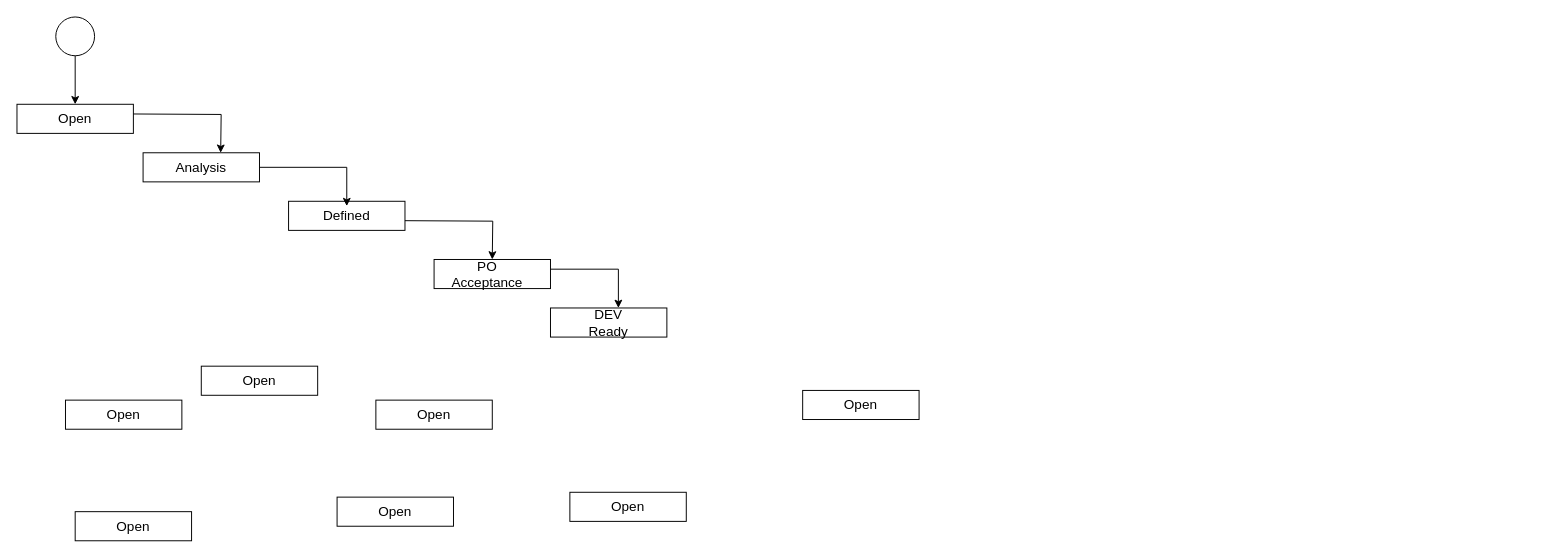
Before: page "Workflow - User Story" (2 of 2) of Untitled Diagram.drawio in j-croix/Python_basics, a draw.io diagram. Source tidied: cells renumbered, new cells numbered last; positions are measured from the earlier drawing's top-left corner, leaving out a move shared by most shapes. Both pictures are drawn from the tidied source at 97%, with x=0, y=0 at pixel (16, 16).
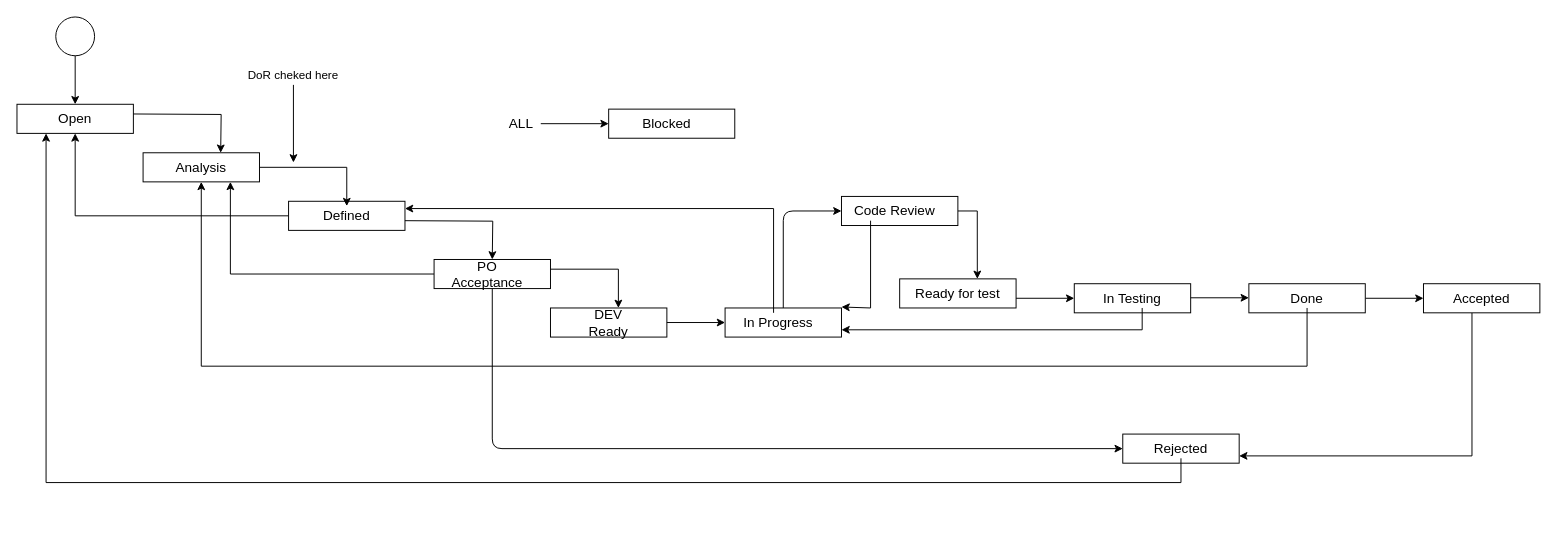
The same diagram, later.

Unchanged cells that the change refers to:
```xml
<mxCell id="2" style="rounded=0;whiteSpace=wrap;html=1;" parent="1" vertex="1">
  <mxGeometry x="280" y="190" width="120" height="30" as="geometry" />
</mxCell>
<mxCell id="5" style="rounded=0;whiteSpace=wrap;html=1;" parent="1" vertex="1">
  <mxGeometry x="130" y="140" width="120" height="30" as="geometry" />
</mxCell>
<mxCell id="7" style="rounded=0;whiteSpace=wrap;html=1;" parent="1" vertex="1">
  <mxGeometry y="90" width="120" height="30" as="geometry" />
</mxCell>
<mxCell id="13" style="rounded=0;whiteSpace=wrap;html=1;" parent="1" vertex="1">
  <mxGeometry x="550" y="300" width="120" height="30" as="geometry" />
</mxCell>
<mxCell id="17" style="rounded=0;whiteSpace=wrap;html=1;" parent="1" vertex="1">
  <mxGeometry x="430" y="250" width="120" height="30" as="geometry" />
</mxCell>
```

What changed in the source:
```diff
@@
+    <mxCell id="32" style="edgeStyle=orthogonalEdgeStyle;rounded=0;jettySize=auto;html=1;entryX=0.5;entryY=1;entryDx=0;entryDy=0;" parent="1" edge="1" source="2" target="7">
+      <mxGeometry relative="1" as="geometry" />
+    </mxCell>
@@
+    <mxCell id="33" style="edgeStyle=orthogonalEdgeStyle;rounded=0;jettySize=auto;html=1;entryX=0;entryY=0.5;entryDx=0;entryDy=0;" parent="1" edge="1" source="9" target="11">
+      <mxGeometry relative="1" as="geometry" />
+    </mxCell>
     <mxCell id="9" style="rounded=0;whiteSpace=wrap;html=1;" parent="1" vertex="1">
-      <mxGeometry x="190" y="360" width="120" height="30" as="geometry" />
+      <mxGeometry x="1270" y="275" width="120" height="30" as="geometry" />
     </mxCell>
+    <mxCell id="34" style="edgeStyle=orthogonalEdgeStyle;rounded=0;jettySize=auto;html=1;" parent="1" edge="1" source="10" target="5">
+      <mxGeometry relative="1" as="geometry">
+        <Array as="points">
+          <mxPoint x="1330" y="360" />
+          <mxPoint x="190" y="360" />
+        </Array>
+      </mxGeometry>
+    </mxCell>
-    <mxCell id="10" value="&lt;font style=&quot;font-size: 14px&quot;&gt;Open&lt;/font&gt;" style="text;html=1;strokeColor=none;fillColor=none;align=center;verticalAlign=middle;whiteSpace=wrap;rounded=0;" parent="1" vertex="1">
-      <mxGeometry x="230" y="365" width="40" height="20" as="geometry" />
+    <mxCell id="10" value="&lt;font style=&quot;font-size: 14px&quot;&gt;Done&lt;/font&gt;" style="text;html=1;strokeColor=none;fillColor=none;align=center;verticalAlign=middle;whiteSpace=wrap;rounded=0;" parent="1" vertex="1">
+      <mxGeometry x="1310" y="280" width="40" height="20" as="geometry" />
     </mxCell>
+    <mxCell id="35" style="edgeStyle=orthogonalEdgeStyle;rounded=0;jettySize=auto;html=1;entryX=1;entryY=0.75;entryDx=0;entryDy=0;" parent="1" edge="1" source="11" target="15">
+      <mxGeometry relative="1" as="geometry">
+        <Array as="points">
+          <mxPoint x="1500" y="453" />
+        </Array>
+      </mxGeometry>
+    </mxCell>
     <mxCell id="11" style="rounded=0;whiteSpace=wrap;html=1;" parent="1" vertex="1">
-      <mxGeometry x="50" y="395" width="120" height="30" as="geometry" />
+      <mxGeometry x="1450" y="275" width="120" height="30" as="geometry" />
     </mxCell>
-    <mxCell id="12" value="&lt;font style=&quot;font-size: 14px&quot;&gt;Open&lt;/font&gt;" style="text;html=1;strokeColor=none;fillColor=none;align=center;verticalAlign=middle;whiteSpace=wrap;rounded=0;" parent="1" vertex="1">
-      <mxGeometry x="90" y="400" width="40" height="20" as="geometry" />
+    <mxCell id="12" value="&lt;font style=&quot;font-size: 14px&quot;&gt;Accepted&lt;/font&gt;" style="text;html=1;strokeColor=none;fillColor=none;align=center;verticalAlign=middle;whiteSpace=wrap;rounded=0;" parent="1" vertex="1">
+      <mxGeometry x="1490" y="280" width="40" height="20" as="geometry" />
     </mxCell>
@@
     <mxCell id="15" style="rounded=0;whiteSpace=wrap;html=1;" parent="1" vertex="1">
-      <mxGeometry x="60" y="510" width="120" height="30" as="geometry" />
+      <mxGeometry x="1140" y="430" width="120" height="30" as="geometry" />
     </mxCell>
+    <mxCell id="36" style="edgeStyle=orthogonalEdgeStyle;rounded=0;jettySize=auto;html=1;entryX=0.25;entryY=1;entryDx=0;entryDy=0;" parent="1" edge="1" source="16" target="7">
+      <mxGeometry relative="1" as="geometry">
+        <Array as="points">
+          <mxPoint x="1200" y="480" />
+          <mxPoint x="30" y="480" />
+        </Array>
+      </mxGeometry>
+    </mxCell>
-    <mxCell id="16" value="&lt;font style=&quot;font-size: 14px&quot;&gt;Open&lt;/font&gt;" style="text;html=1;strokeColor=none;fillColor=none;align=center;verticalAlign=middle;whiteSpace=wrap;rounded=0;" parent="1" vertex="1">
-      <mxGeometry x="100" y="515" width="40" height="20" as="geometry" />
+    <mxCell id="16" value="&lt;font style=&quot;font-size: 14px&quot;&gt;Rejected&lt;/font&gt;" style="text;html=1;strokeColor=none;fillColor=none;align=center;verticalAlign=middle;whiteSpace=wrap;rounded=0;" parent="1" vertex="1">
+      <mxGeometry x="1180" y="435" width="40" height="20" as="geometry" />
     </mxCell>
+    <mxCell id="37" style="edgeStyle=orthogonalEdgeStyle;rounded=0;jettySize=auto;html=1;entryX=0.75;entryY=1;entryDx=0;entryDy=0;" parent="1" edge="1" source="17" target="5">
+      <mxGeometry relative="1" as="geometry" />
+    </mxCell>
@@
     <mxCell id="19" style="rounded=0;whiteSpace=wrap;html=1;" parent="1" vertex="1">
-      <mxGeometry x="330" y="495" width="120" height="30" as="geometry" />
+      <mxGeometry x="1090" y="275" width="120" height="30" as="geometry" />
     </mxCell>
+    <mxCell id="38" style="edgeStyle=orthogonalEdgeStyle;rounded=0;jettySize=auto;html=1;entryX=1;entryY=0.75;entryDx=0;entryDy=0;" parent="1" edge="1" source="20" target="25">
+      <mxGeometry relative="1" as="geometry">
+        <Array as="points">
+          <mxPoint x="1160" y="323" />
+        </Array>
+      </mxGeometry>
+    </mxCell>
-    <mxCell id="20" value="&lt;font style=&quot;font-size: 14px&quot;&gt;Open&lt;/font&gt;" style="text;html=1;strokeColor=none;fillColor=none;align=center;verticalAlign=middle;whiteSpace=wrap;rounded=0;" parent="1" vertex="1">
-      <mxGeometry x="370" y="500" width="40" height="20" as="geometry" />
+    <mxCell id="20" value="&lt;font style=&quot;font-size: 14px&quot;&gt;In Testing&lt;/font&gt;" style="text;html=1;strokeColor=none;fillColor=none;align=center;verticalAlign=middle;whiteSpace=wrap;rounded=0;" parent="1" vertex="1">
+      <mxGeometry x="1110" y="280" width="80" height="20" as="geometry" />
     </mxCell>
     <mxCell id="21" style="rounded=0;whiteSpace=wrap;html=1;" parent="1" vertex="1">
-      <mxGeometry x="370" y="395" width="120" height="30" as="geometry" />
+      <mxGeometry x="910" y="270" width="120" height="30" as="geometry" />
     </mxCell>
-    <mxCell id="22" value="&lt;font style=&quot;font-size: 14px&quot;&gt;Open&lt;/font&gt;" style="text;html=1;strokeColor=none;fillColor=none;align=center;verticalAlign=middle;whiteSpace=wrap;rounded=0;" parent="1" vertex="1">
-      <mxGeometry x="410" y="400" width="40" height="20" as="geometry" />
+    <mxCell id="22" value="&lt;font style=&quot;font-size: 14px&quot;&gt;Ready for test&lt;/font&gt;" style="text;html=1;strokeColor=none;fillColor=none;align=center;verticalAlign=middle;whiteSpace=wrap;rounded=0;" parent="1" vertex="1">
+      <mxGeometry x="920" y="275" width="100" height="20" as="geometry" />
     </mxCell>
+    <mxCell id="39" style="edgeStyle=orthogonalEdgeStyle;rounded=0;jettySize=auto;html=1;entryX=0.667;entryY=0;entryDx=0;entryDy=0;entryPerimeter=0;" parent="1" edge="1" source="23" target="21">
+      <mxGeometry relative="1" as="geometry">
+        <Array as="points">
+          <mxPoint x="990" y="200" />
+        </Array>
+      </mxGeometry>
+    </mxCell>
     <mxCell id="23" style="rounded=0;whiteSpace=wrap;html=1;" parent="1" vertex="1">
-      <mxGeometry x="570" y="490" width="120" height="30" as="geometry" />
+      <mxGeometry x="850" y="185" width="120" height="30" as="geometry" />
     </mxCell>
+    <mxCell id="40" style="edgeStyle=orthogonalEdgeStyle;rounded=0;jettySize=auto;html=1;" parent="1" edge="1" source="24">
+      <mxGeometry relative="1" as="geometry">
+        <mxPoint x="850" y="299" as="targetPoint" />
+        <Array as="points">
+          <mxPoint x="880" y="300" />
+        </Array>
+      </mxGeometry>
+    </mxCell>
-    <mxCell id="24" value="&lt;font style=&quot;font-size: 14px&quot;&gt;Open&lt;/font&gt;" style="text;html=1;strokeColor=none;fillColor=none;align=center;verticalAlign=middle;whiteSpace=wrap;rounded=0;" parent="1" vertex="1">
-      <mxGeometry x="610" y="495" width="40" height="20" as="geometry" />
+    <mxCell id="24" value="&lt;font style=&quot;font-size: 14px&quot;&gt;Code Review&lt;/font&gt;" style="text;html=1;strokeColor=none;fillColor=none;align=center;verticalAlign=middle;whiteSpace=wrap;rounded=0;" parent="1" vertex="1">
+      <mxGeometry x="860" y="190" width="90" height="20" as="geometry" />
     </mxCell>
     <mxCell id="25" style="rounded=0;whiteSpace=wrap;html=1;" parent="1" vertex="1">
-      <mxGeometry x="810" y="385" width="120" height="30" as="geometry" />
+      <mxGeometry x="730" y="300" width="120" height="30" as="geometry" />
     </mxCell>
+    <mxCell id="41" style="edgeStyle=orthogonalEdgeStyle;rounded=0;jettySize=auto;html=1;entryX=1;entryY=0.25;entryDx=0;entryDy=0;" parent="1" edge="1" source="26" target="2">
+      <mxGeometry relative="1" as="geometry">
+        <Array as="points">
+          <mxPoint x="780" y="198" />
+        </Array>
+      </mxGeometry>
+    </mxCell>
-    <mxCell id="26" value="&lt;font style=&quot;font-size: 14px&quot;&gt;Open&lt;/font&gt;" style="text;html=1;strokeColor=none;fillColor=none;align=center;verticalAlign=middle;whiteSpace=wrap;rounded=0;" parent="1" vertex="1">
-      <mxGeometry x="850" y="390" width="40" height="20" as="geometry" />
+    <mxCell id="26" value="&lt;font style=&quot;font-size: 14px&quot;&gt;In Progress&lt;/font&gt;" style="text;html=1;strokeColor=none;fillColor=none;align=center;verticalAlign=middle;whiteSpace=wrap;rounded=0;" parent="1" vertex="1">
+      <mxGeometry x="740" y="305" width="90" height="20" as="geometry" />
     </mxCell>
@@
+    <mxCell id="42" style="endArrow=classic;html=1;entryX=0;entryY=0.5;entryDx=0;entryDy=0;exitX=1;exitY=0.5;exitDx=0;exitDy=0;exitPerimeter=0;" parent="1" edge="1" source="13" target="25">
+      <mxGeometry relative="1" as="geometry" />
+    </mxCell>
+    <mxCell id="43" style="endArrow=classic;html=1;exitX=0.5;exitY=0;exitDx=0;exitDy=0;" parent="1" edge="1" source="25">
+      <mxGeometry relative="1" as="geometry">
+        <mxPoint x="850" y="200" as="targetPoint" />
+        <Array as="points">
+          <mxPoint x="790" y="200" />
+        </Array>
+      </mxGeometry>
+    </mxCell>
+    <mxCell id="44" style="endArrow=classic;html=1;entryX=0;entryY=0.5;entryDx=0;entryDy=0;" parent="1" edge="1" target="19">
+      <mxGeometry relative="1" as="geometry">
+        <mxPoint x="1030" y="290" as="sourcePoint" />
+      </mxGeometry>
+    </mxCell>
+    <mxCell id="45" style="endArrow=classic;html=1;entryX=0;entryY=0.5;entryDx=0;entryDy=0;" parent="1" edge="1">
+      <mxGeometry relative="1" as="geometry">
+        <mxPoint x="1210" y="289.5" as="sourcePoint" />
+        <mxPoint x="1270" y="289.5" as="targetPoint" />
+      </mxGeometry>
+    </mxCell>
+    <mxCell id="46" style="endArrow=classic;html=1;exitX=0.5;exitY=1;exitDx=0;exitDy=0;entryX=0;entryY=0.5;entryDx=0;entryDy=0;" parent="1" edge="1" source="17" target="15">
+      <mxGeometry relative="1" as="geometry">
+        <Array as="points">
+          <mxPoint x="490" y="445" />
+        </Array>
+      </mxGeometry>
+    </mxCell>
+    <mxCell id="47" value="DoR cheked here" style="text;html=1;strokeColor=none;fillColor=none;align=center;verticalAlign=middle;whiteSpace=wrap;rounded=0;" parent="1" vertex="1">
+      <mxGeometry x="220" y="50" width="130" height="20" as="geometry" />
+    </mxCell>
+    <mxCell id="48" style="endArrow=classic;html=1;exitX=0.5;exitY=1;exitDx=0;exitDy=0;" parent="1" edge="1" source="47">
+      <mxGeometry relative="1" as="geometry">
+        <mxPoint x="285" y="150" as="targetPoint" />
+      </mxGeometry>
+    </mxCell>
+    <mxCell id="49" style="rounded=0;whiteSpace=wrap;html=1;" parent="1" vertex="1">
+      <mxGeometry x="610" y="95" width="130" height="30" as="geometry" />
+    </mxCell>
+    <mxCell id="50" value="&lt;font style=&quot;font-size: 14px&quot;&gt;Blocked&lt;/font&gt;" style="text;html=1;strokeColor=none;fillColor=none;align=center;verticalAlign=middle;whiteSpace=wrap;rounded=0;" parent="1" vertex="1">
+      <mxGeometry x="650" y="100" width="40" height="20" as="geometry" />
+    </mxCell>
+    <mxCell id="51" style="edgeStyle=orthogonalEdgeStyle;rounded=0;jettySize=auto;html=1;entryX=0;entryY=0.5;entryDx=0;entryDy=0;" parent="1" edge="1" source="52" target="49">
+      <mxGeometry relative="1" as="geometry" />
+    </mxCell>
+    <mxCell id="52" value="&lt;font style=&quot;font-size: 14px&quot;&gt;ALL&lt;/font&gt;" style="text;html=1;strokeColor=none;fillColor=none;align=center;verticalAlign=middle;whiteSpace=wrap;rounded=0;" parent="1" vertex="1">
+      <mxGeometry x="500" y="100" width="40" height="20" as="geometry" />
+    </mxCell>
```
